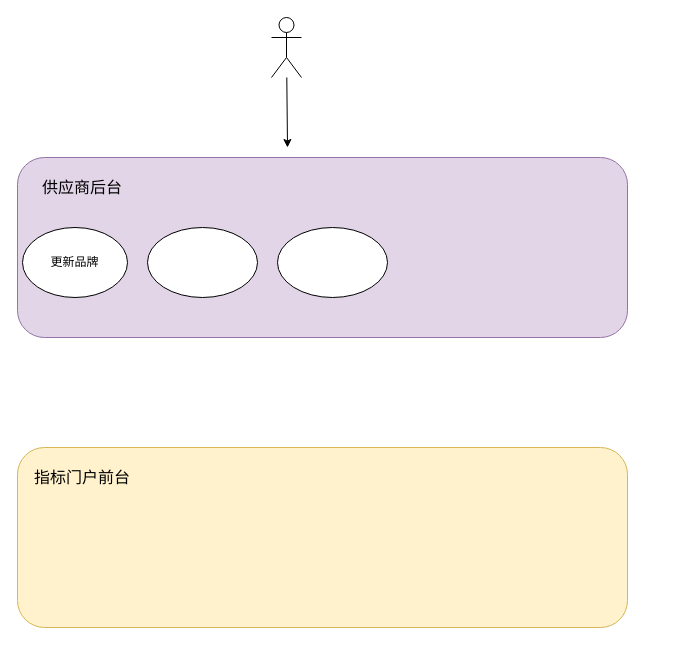
Earlier version of the draw.io diagram draw.io/同步更新ES.drawio (KeatonLi/pictures). Source tidied: cells renumbered, new cells numbered last; positions are measured from the earlier drawing's top-left corner, leaving out a move shared by most shapes. Both pictures are drawn from the tidied source at 100%, with x=0, y=0 at pixel (17, 17).
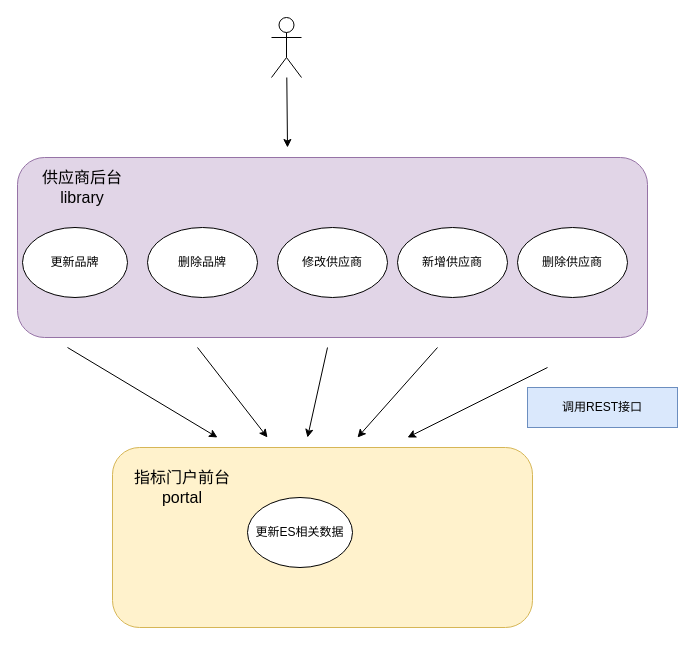
After the change.

Commit message:
更新同步更新ES.drawio

Unchanged cells that the change refers to:
```xml
<mxCell id="9" style="group;" parent="1" vertex="1">
  <mxGeometry y="430" width="610" height="180" as="geometry" />
</mxCell>
```

What changed in the source:
```diff
@@
     <mxCell id="3" style="group;" parent="1" vertex="1">
-      <mxGeometry y="140" width="610" height="180" as="geometry" />
+      <mxGeometry y="140" width="630" height="180" as="geometry" />
     </mxCell>
     <mxCell id="4" style="rounded=1;whiteSpace=wrap;html=1;fillColor=#e1d5e7;strokeColor=#9673a6;" parent="3" vertex="1">
-      <mxGeometry width="610" height="180" as="geometry" />
+      <mxGeometry width="630" height="180" as="geometry" />
     </mxCell>
-    <mxCell id="5" value="&lt;font style=&quot;font-size: 16px;&quot;&gt;供应商后台&lt;/font&gt;" style="text;html=1;strokeColor=none;fillColor=none;align=center;verticalAlign=middle;whiteSpace=wrap;rounded=0;" parent="3" vertex="1">
+    <mxCell id="5" value="&lt;font style=&quot;font-size: 16px;&quot;&gt;供应商后台library&lt;/font&gt;" style="text;html=1;strokeColor=none;fillColor=none;align=center;verticalAlign=middle;whiteSpace=wrap;rounded=0;" parent="3" vertex="1">
       <mxGeometry x="10" width="110" height="60" as="geometry" />
     </mxCell>
@@
-    <mxCell id="7" style="ellipse;whiteSpace=wrap;html=1;" parent="3" vertex="1">
+    <mxCell id="7" value="删除品牌" style="ellipse;whiteSpace=wrap;html=1;" parent="3" vertex="1">
       <mxGeometry x="130" y="70" width="110" height="70" as="geometry" />
     </mxCell>
-    <mxCell id="8" style="ellipse;whiteSpace=wrap;html=1;" parent="3" vertex="1">
+    <mxCell id="8" value="修改供应商" style="ellipse;whiteSpace=wrap;html=1;" parent="3" vertex="1">
       <mxGeometry x="260" y="70" width="110" height="70" as="geometry" />
     </mxCell>
+    <mxCell id="13" value="新增供应商" style="ellipse;whiteSpace=wrap;html=1;" parent="3" vertex="1">
+      <mxGeometry x="380" y="70" width="110" height="70" as="geometry" />
+    </mxCell>
+    <mxCell id="14" value="删除供应商" style="ellipse;whiteSpace=wrap;html=1;" parent="3" vertex="1">
+      <mxGeometry x="500" y="70" width="110" height="70" as="geometry" />
+    </mxCell>
@@
     <mxCell id="10" style="rounded=1;whiteSpace=wrap;html=1;fillColor=#fff2cc;strokeColor=#d6b656;" parent="9" vertex="1">
-      <mxGeometry width="610" height="180" as="geometry" />
+      <mxGeometry x="95" width="420" height="180" as="geometry" />
     </mxCell>
-    <mxCell id="11" value="&lt;font style=&quot;font-size: 16px;&quot;&gt;指标门户前台&lt;/font&gt;" style="text;html=1;strokeColor=none;fillColor=none;align=center;verticalAlign=middle;whiteSpace=wrap;rounded=0;" parent="9" vertex="1">
-      <mxGeometry x="10" width="110" height="60" as="geometry" />
+    <mxCell id="11" value="&lt;font style=&quot;font-size: 16px;&quot;&gt;指标门户前台&lt;br&gt;portal&lt;br&gt;&lt;/font&gt;" style="text;html=1;strokeColor=none;fillColor=none;align=center;verticalAlign=middle;whiteSpace=wrap;rounded=0;" parent="9" vertex="1">
+      <mxGeometry x="110" y="10" width="110" height="60" as="geometry" />
     </mxCell>
+    <mxCell id="15" value="更新ES相关数据" style="ellipse;whiteSpace=wrap;html=1;" parent="9" vertex="1">
+      <mxGeometry x="230" y="50" width="105" height="70" as="geometry" />
+    </mxCell>
@@
+    <mxCell id="16" style="endArrow=classic;html=1;rounded=0;" parent="1" edge="1">
+      <mxGeometry relative="1" as="geometry">
+        <mxPoint x="50" y="330" as="sourcePoint" />
+        <mxPoint x="200" y="420" as="targetPoint" />
+      </mxGeometry>
+    </mxCell>
+    <mxCell id="17" style="endArrow=classic;html=1;rounded=0;" parent="1" edge="1">
+      <mxGeometry relative="1" as="geometry">
+        <mxPoint x="180" y="330" as="sourcePoint" />
+        <mxPoint x="250" y="420" as="targetPoint" />
+      </mxGeometry>
+    </mxCell>
+    <mxCell id="18" style="endArrow=classic;html=1;rounded=0;" parent="1" edge="1">
+      <mxGeometry relative="1" as="geometry">
+        <mxPoint x="310" y="330" as="sourcePoint" />
+        <mxPoint x="290" y="420" as="targetPoint" />
+      </mxGeometry>
+    </mxCell>
+    <mxCell id="19" style="endArrow=classic;html=1;rounded=0;" parent="1" edge="1">
+      <mxGeometry relative="1" as="geometry">
+        <mxPoint x="420" y="330" as="sourcePoint" />
+        <mxPoint x="340" y="420" as="targetPoint" />
+      </mxGeometry>
+    </mxCell>
+    <mxCell id="20" style="endArrow=classic;html=1;rounded=0;" parent="1" edge="1">
+      <mxGeometry relative="1" as="geometry">
+        <mxPoint x="530" y="350" as="sourcePoint" />
+        <mxPoint x="390" y="420" as="targetPoint" />
+      </mxGeometry>
+    </mxCell>
+    <mxCell id="21" value="调用REST接口" style="rounded=0;whiteSpace=wrap;html=1;fillColor=#dae8fc;strokeColor=#6c8ebf;" parent="1" vertex="1">
+      <mxGeometry x="510" y="370" width="150" height="40" as="geometry" />
+    </mxCell>
```
